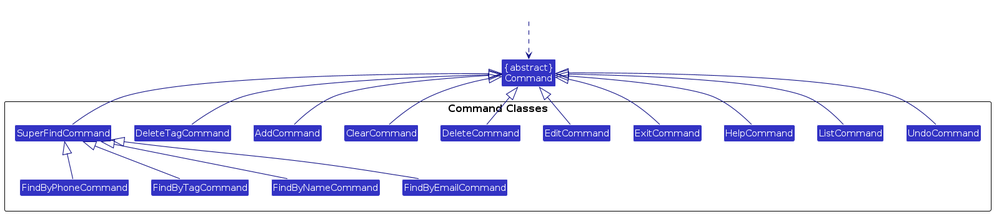
AY2425S1-CS2103T-F14a-4/tp keeps this PlantUML diagram as diagrams/CommandClasses.png. Above is the earlier version. Its source is kept beside it as diagrams/CommandClasses.puml.
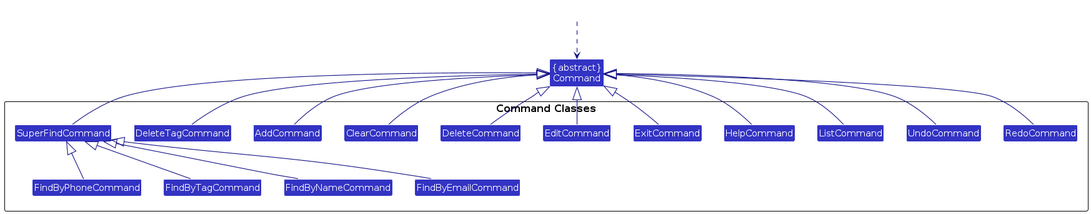
Later version of the same file.

Change to the diagram source:
```diff
@@ -23,6 +23,7 @@
         Class "HelpCommand" as HC
         Class "ListCommand" as LC
         Class "UndoCommand" as UC
+        Class "RedoCommand" as RC
     }
 }
 HiddenOutside ..> Command
@@ -66,5 +67,9 @@
 FEC -[hidden]u- LC
 
 UC -u-|> Command
+UC -[hidden]right RC
 FEC -[hidden]u- UC
+
+RC -u-|> Command
+FEC -[hidden]u- RC
 @enduml
```
